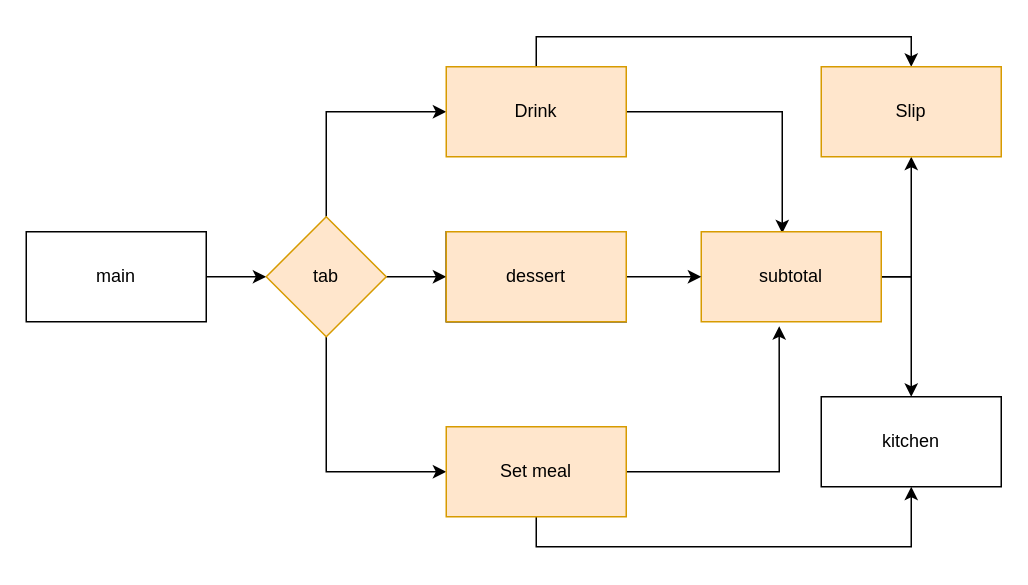
Before: order system.drawio in ueue511/order-system, a draw.io diagram. Source tidied: cells renumbered, new cells numbered last; positions are measured from the earlier drawing's top-left corner, leaving out a move shared by most shapes. Both pictures are drawn from the tidied source at 150%, with x=0, y=0 at pixel (26, 66).
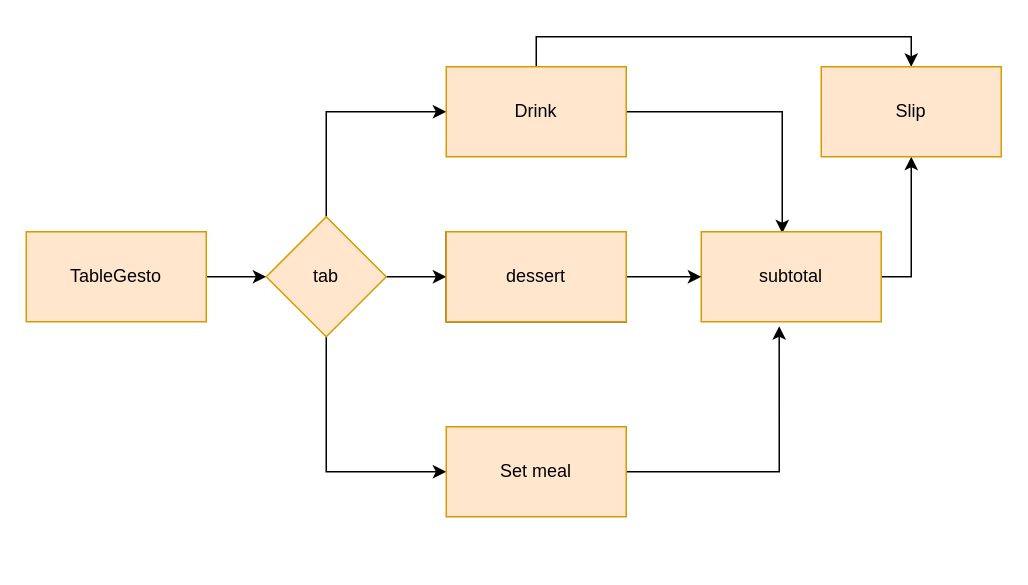
The same page after the edit.

Unchanged cells that the change refers to:
```xml
<mxCell id="14" value="Set meal" style="whiteSpace=wrap;html=1;fillColor=#ffe6cc;strokeColor=#d79b00;" parent="1" vertex="1">
  <mxGeometry x="280" y="240" width="120" height="60" as="geometry" />
</mxCell>
<mxCell id="17" value="subtotal" style="rounded=0;whiteSpace=wrap;html=1;fillColor=#ffe6cc;strokeColor=#d79b00;" parent="1" vertex="1">
  <mxGeometry x="450" y="110" width="120" height="60" as="geometry" />
</mxCell>
```

The edit, as a diff of the source:
```diff
@@
-    <mxCell id="3" value="main" style="rounded=0;whiteSpace=wrap;html=1;" parent="1" vertex="1">
+    <mxCell id="3" value="TableGesto" style="rounded=0;whiteSpace=wrap;html=1;fillColor=#ffe6cc;strokeColor=#d79b00;" parent="1" vertex="1">
       <mxGeometry y="110" width="120" height="60" as="geometry" />
     </mxCell>
@@
-    <mxCell id="13" style="edgeStyle=orthogonalEdgeStyle;rounded=0;jettySize=auto;html=1;entryX=0.5;entryY=1;entryDx=0;entryDy=0;exitX=0.5;exitY=1;exitDx=0;exitDy=0;" parent="1" edge="1" source="14" target="21">
-      <mxGeometry relative="1" as="geometry" />
-    </mxCell>
@@
-    <mxCell id="16" style="edgeStyle=orthogonalEdgeStyle;rounded=0;jettySize=auto;html=1;entryX=0.5;entryY=0;entryDx=0;entryDy=0;exitX=1;exitY=0.5;exitDx=0;exitDy=0;" parent="1" edge="1" source="17" target="21">
-      <mxGeometry relative="1" as="geometry" />
-    </mxCell>
@@
-    <mxCell id="21" value="kitchen" style="whiteSpace=wrap;html=1;" parent="1" vertex="1">
-      <mxGeometry x="530" y="220" width="120" height="60" as="geometry" />
-    </mxCell>
```
